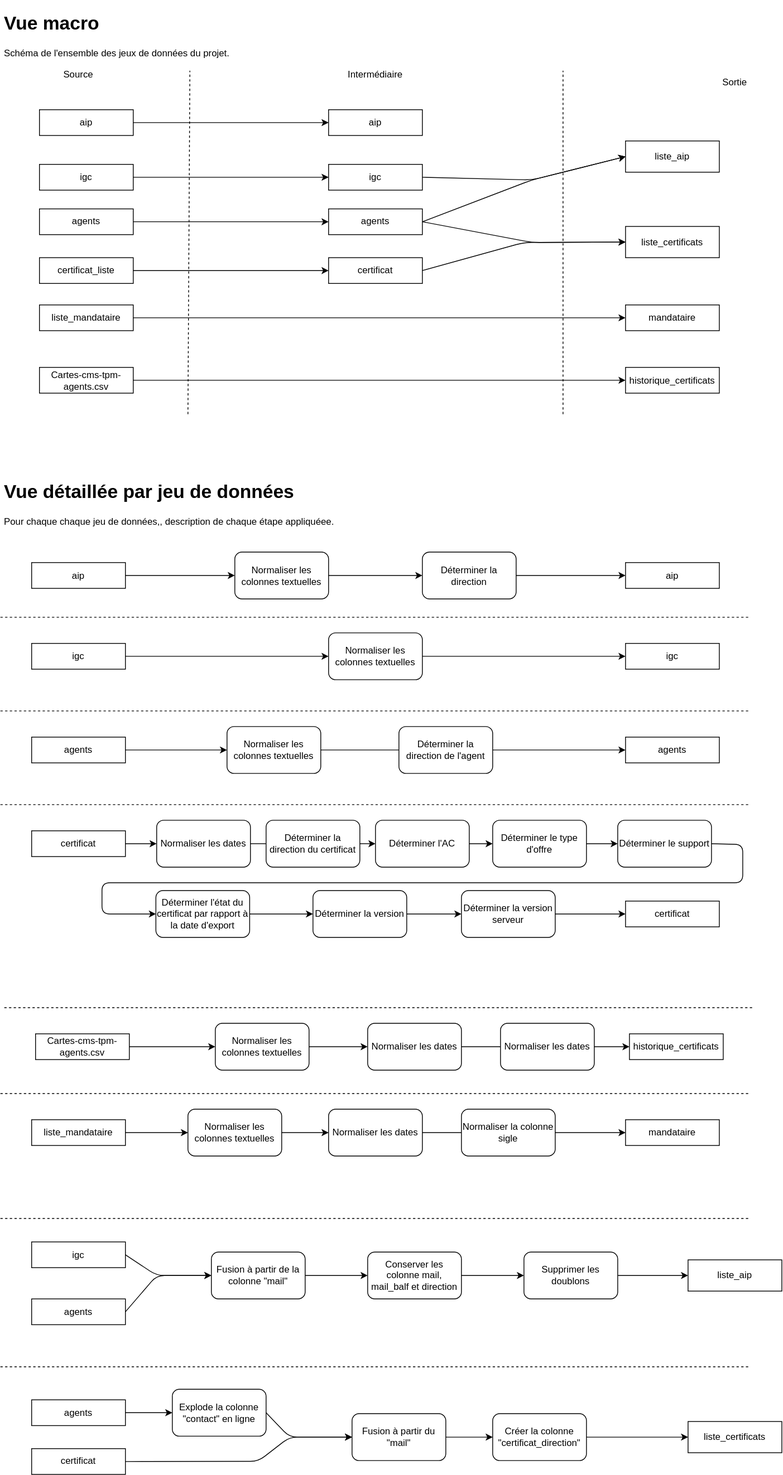
This is dags/sg/snum/certificats_igc/projet.drawio.svg from ytihianine/traitement-de-donnees, a draw.io export, as it was before one commit. Source tidied: cells renumbered, new cells last; positions are measured from the earlier drawing's top-left corner, leaving out a move shared by most shapes.
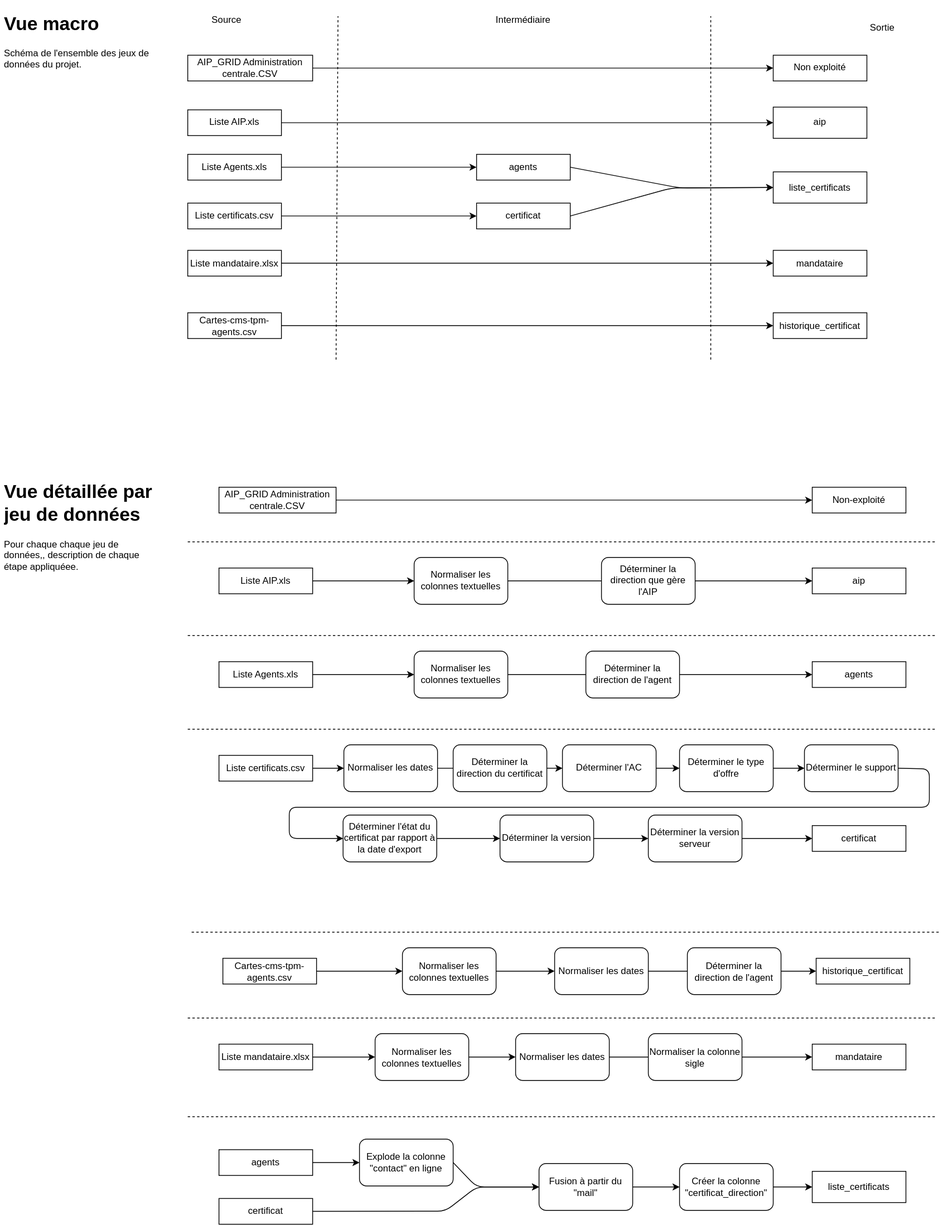
Later version of the same file.

Change to the diagram source:
```diff
@@ -5,10 +5,11 @@
     <mxCell id="2" value="&lt;h1&gt;Vue macro&lt;/h1&gt;&lt;p&gt;Schéma de l'ensemble des jeux de données du projet.&lt;/p&gt;" style="text;html=1;strokeColor=none;fillColor=none;spacing=5;spacingTop=-20;whiteSpace=wrap;overflow=hidden;rounded=0;" parent="1" vertex="1">
-      <mxGeometry width="970" height="80" as="geometry" />
+      <mxGeometry x="-240" y="96.5" width="200" height="450" as="geometry" />
     </mxCell>
     <mxCell id="3" value="&lt;h1&gt;Vue détaillée par jeu de données&lt;/h1&gt;&lt;p&gt;Pour chaque chaque jeu de données,, description de chaque étape appliquéee.&lt;/p&gt;" style="text;html=1;strokeColor=none;fillColor=none;spacing=5;spacingTop=-20;whiteSpace=wrap;overflow=hidden;rounded=0;" parent="1" vertex="1">
-      <mxGeometry y="600" width="970" height="80" as="geometry" />
+      <mxGeometry x="-240" y="696.5" width="200" height="720" as="geometry" />
     </mxCell>
-    <mxCell id="4" style="endArrow=none;dashed=1;html=1;entryX=0.25;entryY=1;entryDx=0;entryDy=0;" parent="1" edge="1" target="2">
+    <mxCell id="4" style="endArrow=none;dashed=1;html=1;entryX=0.25;entryY=1;entryDx=0;entryDy=0;" parent="1" edge="1">
       <mxGeometry relative="1" as="geometry">
-        <mxPoint x="240" y="520" as="sourcePoint" />
+        <mxPoint x="190" y="546.5" as="sourcePoint" />
+        <mxPoint x="192.5" y="106.5" as="targetPoint" />
       </mxGeometry>
@@ -17,4 +18,4 @@
       <mxGeometry relative="1" as="geometry">
-        <mxPoint x="720" y="520" as="sourcePoint" />
-        <mxPoint x="720" y="80" as="targetPoint" />
+        <mxPoint x="670" y="546.5" as="sourcePoint" />
+        <mxPoint x="670" y="106.5" as="targetPoint" />
       </mxGeometry>
@@ -22,15 +23,15 @@
     <mxCell id="6" value="Source" style="text;html=1;strokeColor=none;fillColor=none;align=center;verticalAlign=middle;whiteSpace=wrap;rounded=0;" parent="1" vertex="1">
-      <mxGeometry x="70" y="70" width="60" height="30" as="geometry" />
+      <mxGeometry x="20" y="96.5" width="60" height="30" as="geometry" />
     </mxCell>
     <mxCell id="7" value="Sortie" style="text;html=1;strokeColor=none;fillColor=none;align=center;verticalAlign=middle;whiteSpace=wrap;rounded=0;" parent="1" vertex="1">
-      <mxGeometry x="910" y="80" width="60" height="30" as="geometry" />
+      <mxGeometry x="860" y="106.5" width="60" height="30" as="geometry" />
     </mxCell>
-    <mxCell id="8" value="liste_aip" style="whiteSpace=wrap;html=1;rounded=0;" parent="1" vertex="1">
-      <mxGeometry x="800" y="170" width="120" height="40" as="geometry" />
+    <mxCell id="8" value="aip" style="whiteSpace=wrap;html=1;rounded=0;" parent="1" vertex="1">
+      <mxGeometry x="750" y="223" width="120" height="40" as="geometry" />
     </mxCell>
     <mxCell id="9" value="liste_certificats" style="whiteSpace=wrap;html=1;rounded=0;" parent="1" vertex="1">
-      <mxGeometry x="800" y="279.5" width="120" height="40" as="geometry" />
+      <mxGeometry x="750" y="306" width="120" height="40" as="geometry" />
     </mxCell>
     <mxCell id="10" value="Intermédiaire" style="text;html=1;strokeColor=none;fillColor=none;align=center;verticalAlign=middle;whiteSpace=wrap;rounded=0;" parent="1" vertex="1">
-      <mxGeometry x="450" y="70" width="60" height="30" as="geometry" />
+      <mxGeometry x="400" y="96.5" width="60" height="30" as="geometry" />
     </mxCell>
@@ -39,3 +40,3 @@
         <Array as="points">
-          <mxPoint x="680" y="300" />
+          <mxPoint x="630" y="326.5" />
         </Array>
@@ -43,14 +44,7 @@
     </mxCell>
-    <mxCell id="12" style="edgeStyle=none;html=1;exitX=1;exitY=0.5;exitDx=0;exitDy=0;entryX=0;entryY=0.5;entryDx=0;entryDy=0;" parent="1" edge="1" source="13" target="8">
-      <mxGeometry relative="1" as="geometry">
-        <Array as="points">
-          <mxPoint x="680" y="220" />
-        </Array>
-      </mxGeometry>
-    </mxCell>
     <mxCell id="13" value="agents" style="rounded=0;whiteSpace=wrap;html=1;" parent="1" vertex="1">
-      <mxGeometry x="420" y="257" width="120" height="33" as="geometry" />
+      <mxGeometry x="370" y="283.5" width="120" height="33" as="geometry" />
     </mxCell>
-    <mxCell id="14" value="aip" style="rounded=0;whiteSpace=wrap;html=1;" parent="1" vertex="1">
-      <mxGeometry x="420" y="130" width="120" height="33" as="geometry" />
+    <mxCell id="14" value="Non exploité" style="rounded=0;whiteSpace=wrap;html=1;" parent="1" vertex="1">
+      <mxGeometry x="750" y="156.5" width="120" height="33" as="geometry" />
     </mxCell>
@@ -59,3 +53,3 @@
         <Array as="points">
-          <mxPoint x="670" y="300" />
+          <mxPoint x="620" y="326.5" />
         </Array>
@@ -64,14 +58,4 @@
     <mxCell id="16" value="certificat" style="rounded=0;whiteSpace=wrap;html=1;" parent="1" vertex="1">
-      <mxGeometry x="420" y="319.5" width="120" height="33" as="geometry" />
+      <mxGeometry x="370" y="346" width="120" height="33" as="geometry" />
     </mxCell>
-    <mxCell id="17" style="edgeStyle=none;html=1;exitX=1;exitY=0.5;exitDx=0;exitDy=0;entryX=0;entryY=0.5;entryDx=0;entryDy=0;" parent="1" edge="1" source="18" target="8">
-      <mxGeometry relative="1" as="geometry">
-        <Array as="points">
-          <mxPoint x="680" y="220" />
-        </Array>
-      </mxGeometry>
-    </mxCell>
-    <mxCell id="18" value="igc" style="rounded=0;whiteSpace=wrap;html=1;" parent="1" vertex="1">
-      <mxGeometry x="420" y="200" width="120" height="33" as="geometry" />
-    </mxCell>
     <mxCell id="19" style="edgeStyle=none;html=1;exitX=1;exitY=0.5;exitDx=0;exitDy=0;entryX=0;entryY=0.5;entryDx=0;entryDy=0;" parent="1" edge="1" source="20" target="13">
@@ -79,4 +63,4 @@
     </mxCell>
-    <mxCell id="20" value="agents" style="rounded=0;whiteSpace=wrap;html=1;" parent="1" vertex="1">
-      <mxGeometry x="50" y="257" width="120" height="33" as="geometry" />
+    <mxCell id="20" value="Liste Agents.xls" style="rounded=0;whiteSpace=wrap;html=1;" parent="1" vertex="1">
+      <mxGeometry y="283.5" width="120" height="33" as="geometry" />
     </mxCell>
@@ -85,4 +69,4 @@
     </mxCell>
-    <mxCell id="22" value="aip" style="rounded=0;whiteSpace=wrap;html=1;" parent="1" vertex="1">
-      <mxGeometry x="50" y="130" width="120" height="33" as="geometry" />
+    <mxCell id="22" value="AIP_GRID Administration centrale.CSV" style="rounded=0;whiteSpace=wrap;html=1;" parent="1" vertex="1">
+      <mxGeometry y="156.5" width="160" height="33" as="geometry" />
     </mxCell>
@@ -91,32 +75,20 @@
     </mxCell>
-    <mxCell id="24" value="certificat_liste" style="rounded=0;whiteSpace=wrap;html=1;" parent="1" vertex="1">
-      <mxGeometry x="50" y="319.5" width="120" height="33" as="geometry" />
+    <mxCell id="24" value="Liste certificats.csv" style="rounded=0;whiteSpace=wrap;html=1;" parent="1" vertex="1">
+      <mxGeometry y="346" width="120" height="33" as="geometry" />
     </mxCell>
-    <mxCell id="25" style="edgeStyle=none;html=1;exitX=1;exitY=0.5;exitDx=0;exitDy=0;entryX=0;entryY=0.5;entryDx=0;entryDy=0;" parent="1" edge="1" source="26" target="18">
+    <mxCell id="25" style="edgeStyle=none;html=1;exitX=1;exitY=0.5;exitDx=0;exitDy=0;entryX=0;entryY=0.5;entryDx=0;entryDy=0;" parent="1" edge="1" source="26" target="8">
       <mxGeometry relative="1" as="geometry" />
     </mxCell>
-    <mxCell id="26" value="igc" style="rounded=0;whiteSpace=wrap;html=1;" parent="1" vertex="1">
-      <mxGeometry x="50" y="200" width="120" height="33" as="geometry" />
+    <mxCell id="26" value="Liste AIP.xls" style="rounded=0;whiteSpace=wrap;html=1;" parent="1" vertex="1">
+      <mxGeometry y="226.5" width="120" height="33" as="geometry" />
     </mxCell>
-    <mxCell id="27" style="edgeStyle=none;html=1;exitX=1;exitY=0.5;exitDx=0;exitDy=0;entryX=0;entryY=0.5;entryDx=0;entryDy=0;" parent="1" edge="1" source="28" target="31">
+    <mxCell id="27" style="edgeStyle=none;html=1;exitX=1;exitY=0.5;exitDx=0;exitDy=0;entryX=0;entryY=0.5;entryDx=0;entryDy=0;" parent="1" edge="1" source="28" target="29">
       <mxGeometry relative="1" as="geometry" />
     </mxCell>
-    <mxCell id="28" value="aip" style="rounded=0;whiteSpace=wrap;html=1;" parent="1" vertex="1">
-      <mxGeometry x="40" y="710" width="120" height="33" as="geometry" />
+    <mxCell id="28" value="AIP_GRID Administration centrale.CSV" style="rounded=0;whiteSpace=wrap;html=1;" parent="1" vertex="1">
+      <mxGeometry x="40" y="710" width="150" height="33" as="geometry" />
     </mxCell>
-    <mxCell id="29" value="aip" style="rounded=0;whiteSpace=wrap;html=1;" parent="1" vertex="1">
+    <mxCell id="29" value="Non-exploité" style="rounded=0;whiteSpace=wrap;html=1;" parent="1" vertex="1">
       <mxGeometry x="800" y="710" width="120" height="33" as="geometry" />
     </mxCell>
-    <mxCell id="30" style="edgeStyle=none;html=1;exitX=1;exitY=0.5;exitDx=0;exitDy=0;entryX=0;entryY=0.5;entryDx=0;entryDy=0;" parent="1" edge="1" source="31" target="33">
-      <mxGeometry relative="1" as="geometry" />
-    </mxCell>
-    <mxCell id="31" value="Normaliser les colonnes textuelles" style="rounded=1;whiteSpace=wrap;html=1;" parent="1" vertex="1">
-      <mxGeometry x="300" y="696.5" width="120" height="60" as="geometry" />
-    </mxCell>
-    <mxCell id="32" style="edgeStyle=none;html=1;exitX=1;exitY=0.5;exitDx=0;exitDy=0;entryX=0;entryY=0.5;entryDx=0;entryDy=0;" parent="1" edge="1" source="33" target="29">
-      <mxGeometry relative="1" as="geometry" />
-    </mxCell>
-    <mxCell id="33" value="Déterminer la direction" style="rounded=1;whiteSpace=wrap;html=1;" parent="1" vertex="1">
-      <mxGeometry x="540" y="696.5" width="120" height="60" as="geometry" />
-    </mxCell>
     <mxCell id="34" style="edgeStyle=none;html=1;exitX=1;exitY=0.5;exitDx=0;exitDy=0;entryX=0;entryY=0.5;entryDx=0;entryDy=0;" parent="1" edge="1" source="35" target="38">
@@ -124,9 +96,9 @@
     </mxCell>
-    <mxCell id="35" value="igc" style="rounded=0;whiteSpace=wrap;html=1;" parent="1" vertex="1">
+    <mxCell id="35" value="Liste AIP.xls" style="rounded=0;whiteSpace=wrap;html=1;" parent="1" vertex="1">
       <mxGeometry x="40" y="813.5" width="120" height="33" as="geometry" />
     </mxCell>
-    <mxCell id="36" value="igc" style="rounded=0;whiteSpace=wrap;html=1;" parent="1" vertex="1">
+    <mxCell id="36" value="aip" style="rounded=0;whiteSpace=wrap;html=1;" parent="1" vertex="1">
       <mxGeometry x="800" y="813.5" width="120" height="33" as="geometry" />
     </mxCell>
-    <mxCell id="37" style="edgeStyle=none;html=1;exitX=1;exitY=0.5;exitDx=0;exitDy=0;entryX=0;entryY=0.5;entryDx=0;entryDy=0;" parent="1" edge="1" source="38" target="36">
+    <mxCell id="37" style="edgeStyle=none;html=1;exitX=1;exitY=0.5;exitDx=0;exitDy=0;entryX=0;entryY=0.5;entryDx=0;entryDy=0;startArrow=none;" parent="1" edge="1" source="117" target="36">
       <mxGeometry relative="1" as="geometry" />
@@ -134,3 +106,3 @@
     <mxCell id="38" value="Normaliser les colonnes textuelles" style="rounded=1;whiteSpace=wrap;html=1;" parent="1" vertex="1">
-      <mxGeometry x="420" y="800" width="120" height="60" as="geometry" />
+      <mxGeometry x="290" y="800" width="120" height="60" as="geometry" />
     </mxCell>
@@ -139,3 +111,3 @@
     </mxCell>
-    <mxCell id="40" value="agents" style="rounded=0;whiteSpace=wrap;html=1;" parent="1" vertex="1">
+    <mxCell id="40" value="Liste Agents.xls" style="rounded=0;whiteSpace=wrap;html=1;" parent="1" vertex="1">
       <mxGeometry x="40" y="933.5" width="120" height="33" as="geometry" />
@@ -154,3 +126,3 @@
     </mxCell>
-    <mxCell id="45" value="certificat" style="rounded=0;whiteSpace=wrap;html=1;" parent="1" vertex="1">
+    <mxCell id="45" value="Liste certificats.csv" style="rounded=0;whiteSpace=wrap;html=1;" parent="1" vertex="1">
       <mxGeometry x="40" y="1053.5" width="120" height="33" as="geometry" />
@@ -209,28 +181,5 @@
     </mxCell>
-    <mxCell id="61" value="liste_aip" style="whiteSpace=wrap;html=1;rounded=0;" parent="1" vertex="1">
-      <mxGeometry x="880" y="1603" width="120" height="40" as="geometry" />
-    </mxCell>
     <mxCell id="62" value="liste_certificats" style="whiteSpace=wrap;html=1;rounded=0;" parent="1" vertex="1">
-      <mxGeometry x="880" y="1810" width="120" height="40" as="geometry" />
+      <mxGeometry x="800" y="1586.5" width="120" height="40" as="geometry" />
     </mxCell>
-    <mxCell id="63" style="edgeStyle=none;html=1;exitX=1;exitY=0.5;exitDx=0;exitDy=0;entryX=0;entryY=0.5;entryDx=0;entryDy=0;" parent="1" edge="1" source="64" target="72">
-      <mxGeometry relative="1" as="geometry">
-        <Array as="points">
-          <mxPoint x="200" y="1623" />
-        </Array>
-      </mxGeometry>
-    </mxCell>
-    <mxCell id="64" value="igc" style="rounded=0;whiteSpace=wrap;html=1;" parent="1" vertex="1">
-      <mxGeometry x="40" y="1580" width="120" height="33" as="geometry" />
-    </mxCell>
-    <mxCell id="65" style="edgeStyle=none;html=1;exitX=1;exitY=0.5;exitDx=0;exitDy=0;entryX=0;entryY=0.5;entryDx=0;entryDy=0;" parent="1" edge="1" source="66" target="72">
-      <mxGeometry relative="1" as="geometry">
-        <Array as="points">
-          <mxPoint x="200" y="1623" />
-        </Array>
-      </mxGeometry>
-    </mxCell>
-    <mxCell id="66" value="agents" style="rounded=0;whiteSpace=wrap;html=1;" parent="1" vertex="1">
-      <mxGeometry x="40" y="1653" width="120" height="33" as="geometry" />
-    </mxCell>
     <mxCell id="67" style="endArrow=none;dashed=1;html=1;" parent="1" edge="1">
@@ -247,8 +196,2 @@
     </mxCell>
-    <mxCell id="69" style="endArrow=none;dashed=1;html=1;" parent="1" edge="1">
-      <mxGeometry relative="1" as="geometry">
-        <mxPoint y="1550" as="sourcePoint" />
-        <mxPoint x="960" y="1550" as="targetPoint" />
-      </mxGeometry>
-    </mxCell>
     <mxCell id="70" style="endArrow=none;dashed=1;html=1;" parent="1" edge="1">
@@ -259,24 +202,6 @@
     </mxCell>
-    <mxCell id="71" style="edgeStyle=none;html=1;" parent="1" edge="1" source="72" target="74">
-      <mxGeometry relative="1" as="geometry" />
-    </mxCell>
-    <mxCell id="72" value="Fusion à partir de la colonne &quot;mail&quot;" style="rounded=1;whiteSpace=wrap;html=1;" parent="1" vertex="1">
-      <mxGeometry x="270" y="1593" width="120" height="60" as="geometry" />
-    </mxCell>
-    <mxCell id="73" style="edgeStyle=none;html=1;" parent="1" edge="1" source="74" target="76">
-      <mxGeometry relative="1" as="geometry" />
-    </mxCell>
-    <mxCell id="74" value="Conserver les colonne mail, mail_balf et direction" style="whiteSpace=wrap;html=1;rounded=1;" parent="1" vertex="1">
-      <mxGeometry x="470" y="1593" width="120" height="60" as="geometry" />
-    </mxCell>
-    <mxCell id="75" style="edgeStyle=none;html=1;exitX=1;exitY=0.5;exitDx=0;exitDy=0;entryX=0;entryY=0.5;entryDx=0;entryDy=0;" parent="1" edge="1" source="76" target="61">
-      <mxGeometry relative="1" as="geometry" />
-    </mxCell>
-    <mxCell id="76" value="Supprimer les doublons" style="whiteSpace=wrap;html=1;rounded=1;" parent="1" vertex="1">
-      <mxGeometry x="670" y="1593" width="120" height="60" as="geometry" />
-    </mxCell>
     <mxCell id="77" style="endArrow=none;dashed=1;html=1;" parent="1" edge="1">
       <mxGeometry relative="1" as="geometry">
-        <mxPoint y="1740" as="sourcePoint" />
-        <mxPoint x="960" y="1740" as="targetPoint" />
+        <mxPoint y="1516.5" as="sourcePoint" />
+        <mxPoint x="960" y="1516.5" as="targetPoint" />
       </mxGeometry>
@@ -287,3 +212,3 @@
     <mxCell id="79" value="agents" style="rounded=0;whiteSpace=wrap;html=1;" parent="1" vertex="1">
-      <mxGeometry x="40" y="1782.2" width="120" height="33" as="geometry" />
+      <mxGeometry x="40" y="1558.8" width="120" height="33" as="geometry" />
     </mxCell>
@@ -292,4 +217,4 @@
         <Array as="points">
-          <mxPoint x="330" y="1861" />
-          <mxPoint x="370" y="1830" />
+          <mxPoint x="330" y="1637.5" />
+          <mxPoint x="370" y="1606.5" />
         </Array>
@@ -298,3 +223,3 @@
     <mxCell id="81" value="certificat" style="rounded=0;whiteSpace=wrap;html=1;" parent="1" vertex="1">
-      <mxGeometry x="40" y="1844.8" width="120" height="33" as="geometry" />
+      <mxGeometry x="40" y="1621.2" width="120" height="33" as="geometry" />
     </mxCell>
@@ -304,3 +229,3 @@
     <mxCell id="83" value="Fusion à partir du &quot;mail&quot;" style="rounded=1;whiteSpace=wrap;html=1;" parent="1" vertex="1">
-      <mxGeometry x="450" y="1800" width="120" height="60" as="geometry" />
+      <mxGeometry x="450" y="1576.5" width="120" height="60" as="geometry" />
     </mxCell>
@@ -310,3 +235,3 @@
     <mxCell id="85" value="Créer la colonne &quot;certificat_direction&quot;" style="whiteSpace=wrap;html=1;rounded=1;" parent="1" vertex="1">
-      <mxGeometry x="630" y="1800" width="120" height="60" as="geometry" />
+      <mxGeometry x="630" y="1576.5" width="120" height="60" as="geometry" />
     </mxCell>
@@ -315,3 +240,3 @@
         <Array as="points">
-          <mxPoint x="370" y="1830" />
+          <mxPoint x="370" y="1606.5" />
         </Array>
@@ -320,3 +245,3 @@
     <mxCell id="87" value="Explode la colonne &quot;contact&quot; en ligne" style="rounded=1;whiteSpace=wrap;html=1;" parent="1" vertex="1">
-      <mxGeometry x="220" y="1768.8" width="120" height="60" as="geometry" />
+      <mxGeometry x="220" y="1545.2" width="120" height="60" as="geometry" />
     </mxCell>
@@ -325,7 +250,7 @@
     </mxCell>
-    <mxCell id="89" value="liste_mandataire" style="rounded=0;whiteSpace=wrap;html=1;" parent="1" vertex="1">
-      <mxGeometry x="50" y="380" width="120" height="33" as="geometry" />
+    <mxCell id="89" value="Liste mandataire.xlsx" style="rounded=0;whiteSpace=wrap;html=1;" parent="1" vertex="1">
+      <mxGeometry y="406.5" width="120" height="33" as="geometry" />
     </mxCell>
     <mxCell id="90" value="mandataire" style="rounded=0;whiteSpace=wrap;html=1;" parent="1" vertex="1">
-      <mxGeometry x="800" y="380" width="120" height="33" as="geometry" />
+      <mxGeometry x="750" y="406.5" width="120" height="33" as="geometry" />
     </mxCell>
@@ -335,6 +260,6 @@
     <mxCell id="92" value="Cartes-cms-tpm-agents.csv" style="rounded=0;whiteSpace=wrap;html=1;" parent="1" vertex="1">
-      <mxGeometry x="50" y="460" width="120" height="33" as="geometry" />
+      <mxGeometry y="486.5" width="120" height="33" as="geometry" />
     </mxCell>
-    <mxCell id="93" value="historique_certificats" style="rounded=0;whiteSpace=wrap;html=1;" parent="1" vertex="1">
-      <mxGeometry x="800" y="460" width="120" height="33" as="geometry" />
+    <mxCell id="93" value="historique_certificat" style="rounded=0;whiteSpace=wrap;html=1;" parent="1" vertex="1">
+      <mxGeometry x="750" y="486.5" width="120" height="33" as="geometry" />
     </mxCell>
@@ -343,3 +268,3 @@
     </mxCell>
-    <mxCell id="95" value="liste_mandataire" style="rounded=0;whiteSpace=wrap;html=1;" parent="1" vertex="1">
+    <mxCell id="95" value="Liste mandataire.xlsx" style="rounded=0;whiteSpace=wrap;html=1;" parent="1" vertex="1">
       <mxGeometry x="40" y="1423.5" width="120" height="33" as="geometry" />
@@ -379,3 +304,3 @@
     </mxCell>
-    <mxCell id="106" value="historique_certificats" style="rounded=0;whiteSpace=wrap;html=1;" parent="1" vertex="1">
+    <mxCell id="106" value="historique_certificat" style="rounded=0;whiteSpace=wrap;html=1;" parent="1" vertex="1">
       <mxGeometry x="805" y="1313.5" width="120" height="33" as="geometry" />
@@ -409,5 +334,11 @@
     </mxCell>
-    <mxCell id="115" value="Normaliser les dates" style="rounded=1;whiteSpace=wrap;html=1;" parent="1" vertex="1">
+    <mxCell id="115" value="Déterminer la direction de l'agent" style="rounded=1;whiteSpace=wrap;html=1;" parent="1" vertex="1">
       <mxGeometry x="640" y="1300" width="120" height="60" as="geometry" />
     </mxCell>
+    <mxCell id="116" style="edgeStyle=none;html=1;exitX=1;exitY=0.5;exitDx=0;exitDy=0;entryX=0;entryY=0.5;entryDx=0;entryDy=0;endArrow=none;" parent="1" edge="1" source="38" target="117">
+      <mxGeometry relative="1" as="geometry" />
+    </mxCell>
+    <mxCell id="117" value="Déterminer la direction que gère l'AIP" style="rounded=1;whiteSpace=wrap;html=1;" parent="1" vertex="1">
+      <mxGeometry x="530" y="800" width="120" height="60" as="geometry" />
+    </mxCell>
   </root>
```
